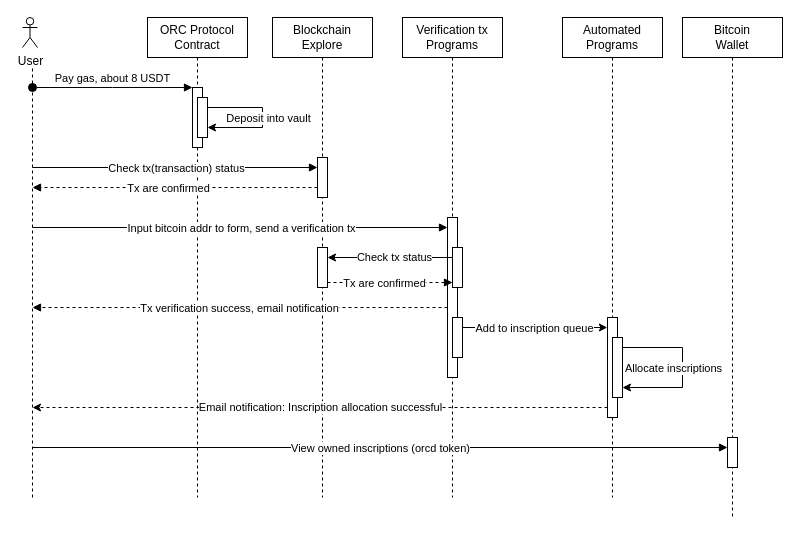
Earlier version of the draw.io diagram Flow of user to obtain inscriptions.drawio (orc-protocol/diagrams). Source tidied: cells renumbered, new cells numbered last; positions are measured from the earlier drawing's top-left corner, leaving out a move shared by most shapes. Both pictures are drawn from the tidied source at 100%, with x=0, y=0 at pixel (22, 17). Pictures stored in the file or linked from it are replaced by grey dashed boxes.
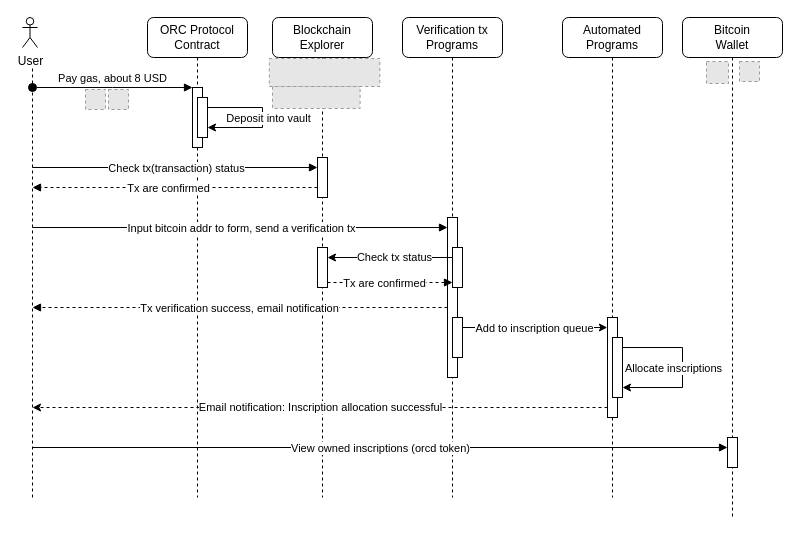
The same diagram, later.

Unchanged cells that the change refers to:
```xml
<mxCell id="3" style="html=1;points=[];perimeter=orthogonalPerimeter;outlineConnect=0;targetShapes=umlLifeline;portConstraint=eastwest;newEdgeStyle={&quot;edgeStyle&quot;:&quot;elbowEdgeStyle&quot;,&quot;elbow&quot;:&quot;vertical&quot;,&quot;curved&quot;:0,&quot;rounded&quot;:0};" parent="2" vertex="1">
  <mxGeometry x="45" y="70" width="10" height="60" as="geometry" />
</mxCell>
```

The edit, as a diff of the source:
```diff
@@
-    <mxCell id="2" value="ORC Protocol&lt;br&gt;Contract" style="shape=umlLifeline;perimeter=lifelinePerimeter;whiteSpace=wrap;html=1;newEdgeStyle={&quot;edgeStyle&quot;:&quot;elbowEdgeStyle&quot;,&quot;elbow&quot;:&quot;vertical&quot;,&quot;curved&quot;:0,&quot;rounded&quot;:0};" parent="1" vertex="1">
+    <mxCell id="2" value="ORC Protocol&lt;br&gt;Contract" style="shape=umlLifeline;perimeter=lifelinePerimeter;whiteSpace=wrap;html=1;newEdgeStyle={&quot;edgeStyle&quot;:&quot;elbowEdgeStyle&quot;,&quot;elbow&quot;:&quot;vertical&quot;,&quot;curved&quot;:0,&quot;rounded&quot;:0};rounded=1;" parent="1" vertex="1">
       <mxGeometry x="125" width="100" height="480" as="geometry" />
     </mxCell>
@@
-    <mxCell id="4" value="Pay gas, about 8 USDT" style="html=1;verticalAlign=bottom;startArrow=oval;endArrow=block;startSize=8;edgeStyle=elbowEdgeStyle;elbow=vertical;curved=0;rounded=0;" parent="2" edge="1" target="3">
+    <mxCell id="4" value="Pay gas, about 8 USD" style="html=1;verticalAlign=bottom;startArrow=oval;endArrow=block;startSize=8;edgeStyle=elbowEdgeStyle;elbow=vertical;curved=0;rounded=0;" parent="2" edge="1" target="3">
       <mxGeometry relative="1" as="geometry">
         <mxPoint x="-115" y="70" as="sourcePoint" />
       </mxGeometry>
     </mxCell>
@@
-    <mxCell id="8" value="Verification tx Programs" style="shape=umlLifeline;perimeter=lifelinePerimeter;whiteSpace=wrap;html=1;newEdgeStyle={&quot;edgeStyle&quot;:&quot;elbowEdgeStyle&quot;,&quot;elbow&quot;:&quot;vertical&quot;,&quot;curved&quot;:0,&quot;rounded&quot;:0};" parent="1" vertex="1">
+    <mxCell id="8" value="Verification tx Programs" style="shape=umlLifeline;perimeter=lifelinePerimeter;whiteSpace=wrap;html=1;newEdgeStyle={&quot;edgeStyle&quot;:&quot;elbowEdgeStyle&quot;,&quot;elbow&quot;:&quot;vertical&quot;,&quot;curved&quot;:0,&quot;rounded&quot;:0};rounded=1;" parent="1" vertex="1">
       <mxGeometry x="380" width="100" height="480" as="geometry" />
     </mxCell>
@@
-    <mxCell id="13" value="Automated Programs" style="shape=umlLifeline;perimeter=lifelinePerimeter;whiteSpace=wrap;html=1;newEdgeStyle={&quot;edgeStyle&quot;:&quot;elbowEdgeStyle&quot;,&quot;elbow&quot;:&quot;vertical&quot;,&quot;curved&quot;:0,&quot;rounded&quot;:0};" parent="1" vertex="1">
+    <mxCell id="13" value="Automated Programs" style="shape=umlLifeline;perimeter=lifelinePerimeter;whiteSpace=wrap;html=1;newEdgeStyle={&quot;edgeStyle&quot;:&quot;elbowEdgeStyle&quot;,&quot;elbow&quot;:&quot;vertical&quot;,&quot;curved&quot;:0,&quot;rounded&quot;:0};rounded=1;" parent="1" vertex="1">
       <mxGeometry x="540" width="100" height="480" as="geometry" />
     </mxCell>
@@
-    <mxCell id="15" value="Blockchain&lt;br&gt;Explore" style="shape=umlLifeline;perimeter=lifelinePerimeter;whiteSpace=wrap;html=1;newEdgeStyle={&quot;edgeStyle&quot;:&quot;elbowEdgeStyle&quot;,&quot;elbow&quot;:&quot;vertical&quot;,&quot;curved&quot;:0,&quot;rounded&quot;:0};" parent="1" vertex="1">
+    <mxCell id="15" value="Blockchain&lt;br&gt;Explorer" style="shape=umlLifeline;perimeter=lifelinePerimeter;whiteSpace=wrap;html=1;newEdgeStyle={&quot;edgeStyle&quot;:&quot;elbowEdgeStyle&quot;,&quot;elbow&quot;:&quot;vertical&quot;,&quot;curved&quot;:0,&quot;rounded&quot;:0};rounded=1;" parent="1" vertex="1">
       <mxGeometry x="250" width="100" height="480" as="geometry" />
     </mxCell>
@@
-    <mxCell id="38" value="Bitcoin&lt;br&gt;Wallet" style="shape=umlLifeline;perimeter=lifelinePerimeter;whiteSpace=wrap;html=1;newEdgeStyle={&quot;edgeStyle&quot;:&quot;elbowEdgeStyle&quot;,&quot;elbow&quot;:&quot;vertical&quot;,&quot;curved&quot;:0,&quot;rounded&quot;:0};" parent="1" vertex="1">
+    <mxCell id="38" value="Bitcoin&lt;br&gt;Wallet" style="shape=umlLifeline;perimeter=lifelinePerimeter;whiteSpace=wrap;html=1;newEdgeStyle={&quot;edgeStyle&quot;:&quot;elbowEdgeStyle&quot;,&quot;elbow&quot;:&quot;vertical&quot;,&quot;curved&quot;:0,&quot;rounded&quot;:0};rounded=1;" parent="1" vertex="1">
       <mxGeometry x="660" width="100" height="500" as="geometry" />
     </mxCell>
@@
+    <mxCell id="42" style="fillColor=#E6E6E6;strokeColor=#999999;dashed=1;verticalLabelPosition=bottom;labelBackgroundColor=default;verticalAlign=top;" parent="1" vertex="1">
+      <mxGeometry x="86" y="72" width="20" height="20" as="geometry" />
+    </mxCell>
+    <mxCell id="43" style="fillColor=#E6E6E6;strokeColor=#999999;dashed=1;verticalLabelPosition=bottom;labelBackgroundColor=default;verticalAlign=top;" parent="1" vertex="1">
+      <mxGeometry x="63" y="72" width="20" height="20" as="geometry" />
+    </mxCell>
+    <mxCell id="44" style="fillColor=#E6E6E6;strokeColor=#999999;dashed=1;verticalLabelPosition=bottom;labelBackgroundColor=default;verticalAlign=top;" parent="1" vertex="1">
+      <mxGeometry x="250" y="69" width="87.6" height="22" as="geometry" />
+    </mxCell>
+    <mxCell id="45" style="fillColor=#E6E6E6;strokeColor=#999999;dashed=1;verticalLabelPosition=bottom;labelBackgroundColor=default;verticalAlign=top;" parent="1" vertex="1">
+      <mxGeometry x="246.8" y="41" width="110.5" height="28" as="geometry" />
+    </mxCell>
+    <mxCell id="46" style="fillColor=#E6E6E6;strokeColor=#999999;dashed=1;verticalLabelPosition=bottom;labelBackgroundColor=default;verticalAlign=top;" parent="1" vertex="1">
+      <mxGeometry x="684" y="44" width="22" height="22" as="geometry" />
+    </mxCell>
+    <mxCell id="47" style="fillColor=#E6E6E6;strokeColor=#999999;dashed=1;verticalLabelPosition=bottom;labelBackgroundColor=default;verticalAlign=top;" parent="1" vertex="1">
+      <mxGeometry x="717" y="44" width="20" height="20" as="geometry" />
+    </mxCell>
```
